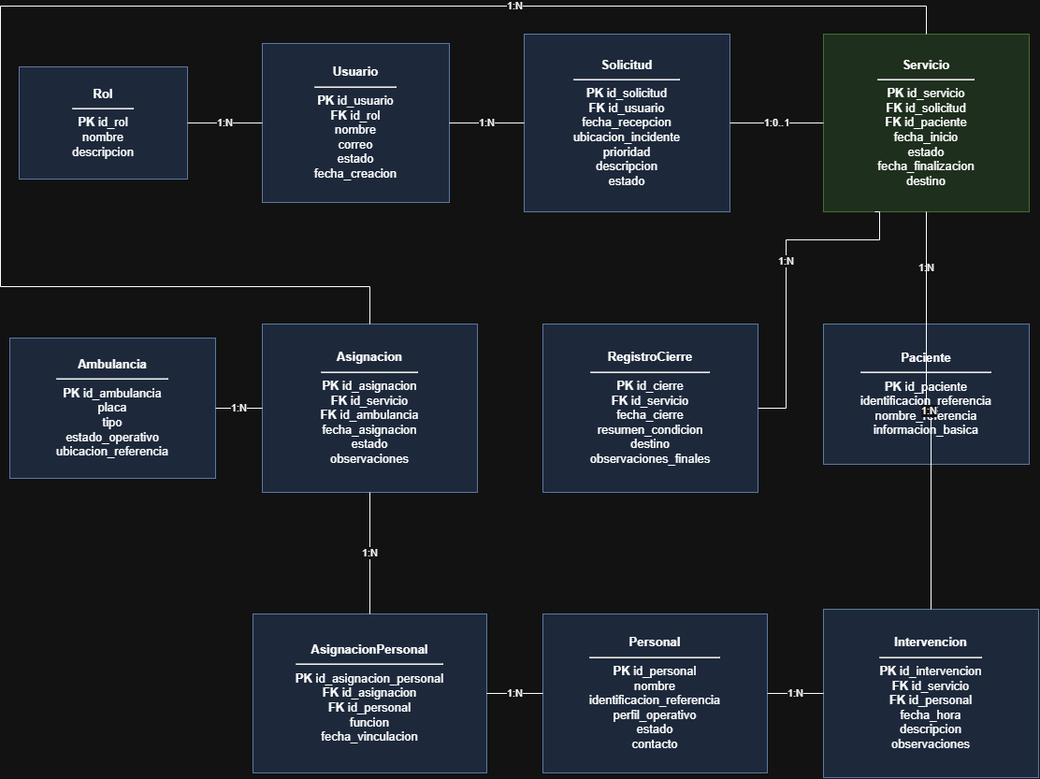
Earlier version of the draw.io export 02-training-project/01-phase/02-planning/06-architecture/04-evidence-learning/G2-P2-diseño-datos/B2-Diagrama-Relacional.drawio.png (miguel18100/ADSO-3413974). Source tidied: cells renumbered, new cells last; positions are measured from the earlier drawing's top-left corner, leaving out a move shared by most shapes. The source it was exported from:
```xml
<mxGraphModel>
  <root>
    <mxCell id="0" />
    <mxCell id="1" parent="0" />
    <mxCell id="2" value="&lt;b&gt;Rol&lt;/b&gt;&lt;hr/&gt;&lt;b&gt;PK&lt;/b&gt; id_rol&lt;br/&gt;nombre&lt;br/&gt;descripcion" style="rounded=0;whiteSpace=wrap;html=1;fillColor=#dae8fc;strokeColor=#6c8ebf;fontSize=13;" parent="1" vertex="1">
      <mxGeometry x="20" y="65" width="180" height="120" as="geometry" />
    </mxCell>
    <mxCell id="3" value="&lt;b&gt;Usuario&lt;/b&gt;&lt;hr/&gt;&lt;b&gt;PK&lt;/b&gt; id_usuario&lt;br/&gt;&lt;b&gt;FK&lt;/b&gt; id_rol&lt;br/&gt;nombre&lt;br/&gt;correo&lt;br/&gt;estado&lt;br/&gt;fecha_creacion" style="rounded=0;whiteSpace=wrap;html=1;fillColor=#dae8fc;strokeColor=#6c8ebf;fontSize=13;" parent="1" vertex="1">
      <mxGeometry x="280" y="40" width="200" height="170" as="geometry" />
    </mxCell>
    <mxCell id="4" value="&lt;b&gt;Solicitud&lt;/b&gt;&lt;hr/&gt;&lt;b&gt;PK&lt;/b&gt; id_solicitud&lt;br/&gt;&lt;b&gt;FK&lt;/b&gt; id_usuario&lt;br/&gt;fecha_recepcion&lt;br/&gt;ubicacion_incidente&lt;br/&gt;prioridad&lt;br/&gt;descripcion&lt;br/&gt;estado" style="rounded=0;whiteSpace=wrap;html=1;fillColor=#dae8fc;strokeColor=#6c8ebf;fontSize=13;" parent="1" vertex="1">
      <mxGeometry x="560" y="30" width="220" height="190" as="geometry" />
    </mxCell>
    <mxCell id="5" value="&lt;b&gt;Servicio&lt;/b&gt;&lt;hr/&gt;&lt;b&gt;PK&lt;/b&gt; id_servicio&lt;br/&gt;&lt;b&gt;FK&lt;/b&gt; id_solicitud&lt;br/&gt;&lt;b&gt;FK&lt;/b&gt; id_paciente&lt;br/&gt;fecha_inicio&lt;br/&gt;estado&lt;br/&gt;fecha_finalizacion&lt;br/&gt;destino" style="rounded=0;whiteSpace=wrap;html=1;fillColor=#d5e8d4;strokeColor=#82b366;fontSize=13;" parent="1" vertex="1">
      <mxGeometry x="880" y="30" width="220" height="190" as="geometry" />
    </mxCell>
    <mxCell id="6" value="&lt;b&gt;Paciente&lt;/b&gt;&lt;hr/&gt;&lt;b&gt;PK&lt;/b&gt; id_paciente&lt;br/&gt;identificacion_referencia&lt;br/&gt;nombre_referencia&lt;br/&gt;informacion_basica" style="rounded=0;whiteSpace=wrap;html=1;fillColor=#dae8fc;strokeColor=#6c8ebf;fontSize=13;" parent="1" vertex="1">
      <mxGeometry x="880" y="340" width="220" height="150" as="geometry" />
    </mxCell>
    <mxCell id="7" value="&lt;b&gt;RegistroCierre&lt;/b&gt;&lt;hr/&gt;&lt;b&gt;PK&lt;/b&gt; id_cierre&lt;br/&gt;&lt;b&gt;FK&lt;/b&gt; id_servicio&lt;br/&gt;fecha_cierre&lt;br/&gt;resumen_condicion&lt;br/&gt;destino&lt;br/&gt;observaciones_finales" style="rounded=0;whiteSpace=wrap;html=1;fillColor=#dae8fc;strokeColor=#6c8ebf;fontSize=13;" parent="1" vertex="1">
      <mxGeometry x="580" y="340" width="230" height="180" as="geometry" />
    </mxCell>
    <mxCell id="8" value="&lt;b&gt;Ambulancia&lt;/b&gt;&lt;hr/&gt;&lt;b&gt;PK&lt;/b&gt; id_ambulancia&lt;br/&gt;placa&lt;br/&gt;tipo&lt;br/&gt;estado_operativo&lt;br/&gt;ubicacion_referencia" style="rounded=0;whiteSpace=wrap;html=1;fillColor=#dae8fc;strokeColor=#6c8ebf;fontSize=13;" parent="1" vertex="1">
      <mxGeometry x="10" y="355" width="220" height="150" as="geometry" />
    </mxCell>
    <mxCell id="9" value="&lt;b&gt;Asignacion&lt;/b&gt;&lt;hr/&gt;&lt;b&gt;PK&lt;/b&gt; id_asignacion&lt;br/&gt;&lt;b&gt;FK&lt;/b&gt; id_servicio&lt;br/&gt;&lt;b&gt;FK&lt;/b&gt; id_ambulancia&lt;br/&gt;fecha_asignacion&lt;br/&gt;estado&lt;br/&gt;observaciones" style="rounded=0;whiteSpace=wrap;html=1;fillColor=#dae8fc;strokeColor=#6c8ebf;fontSize=13;" parent="1" vertex="1">
      <mxGeometry x="280" y="340" width="230" height="180" as="geometry" />
    </mxCell>
    <mxCell id="10" value="&lt;b&gt;AsignacionPersonal&lt;/b&gt;&lt;hr/&gt;&lt;b&gt;PK&lt;/b&gt; id_asignacion_personal&lt;br/&gt;&lt;b&gt;FK&lt;/b&gt; id_asignacion&lt;br/&gt;&lt;b&gt;FK&lt;/b&gt; id_personal&lt;br/&gt;funcion&lt;br/&gt;fecha_vinculacion" style="rounded=0;whiteSpace=wrap;html=1;fillColor=#dae8fc;strokeColor=#6c8ebf;fontSize=13;" parent="1" vertex="1">
      <mxGeometry x="270" y="650" width="250" height="170" as="geometry" />
    </mxCell>
    <mxCell id="11" value="&lt;b&gt;Personal&lt;/b&gt;&lt;hr/&gt;&lt;b&gt;PK&lt;/b&gt; id_personal&lt;br/&gt;nombre&lt;br/&gt;identificacion_referencia&lt;br/&gt;perfil_operativo&lt;br/&gt;estado&lt;br/&gt;contacto" style="rounded=0;whiteSpace=wrap;html=1;fillColor=#dae8fc;strokeColor=#6c8ebf;fontSize=13;" parent="1" vertex="1">
      <mxGeometry x="580" y="650" width="240" height="170" as="geometry" />
    </mxCell>
    <mxCell id="12" value="&lt;b&gt;Intervencion&lt;/b&gt;&lt;hr/&gt;&lt;b&gt;PK&lt;/b&gt; id_intervencion&lt;br/&gt;&lt;b&gt;FK&lt;/b&gt; id_servicio&lt;br/&gt;&lt;b&gt;FK&lt;/b&gt; id_personal&lt;br/&gt;fecha_hora&lt;br/&gt;descripcion&lt;br/&gt;observaciones" style="rounded=0;whiteSpace=wrap;html=1;fillColor=#dae8fc;strokeColor=#6c8ebf;fontSize=13;" parent="1" vertex="1">
      <mxGeometry x="880" y="645" width="230" height="180" as="geometry" />
    </mxCell>
    <mxCell id="13" value="1:N" style="edgeStyle=orthogonalEdgeStyle;rounded=0;jettySize=auto;html=1;endArrow=none;startArrow=none;" parent="1" edge="1" source="2" target="3">
      <mxGeometry relative="1" as="geometry" />
    </mxCell>
    <mxCell id="14" value="1:N" style="edgeStyle=orthogonalEdgeStyle;rounded=0;jettySize=auto;html=1;endArrow=none;startArrow=none;" parent="1" edge="1" source="3" target="4">
      <mxGeometry relative="1" as="geometry" />
    </mxCell>
    <mxCell id="15" value="1:0..1" style="edgeStyle=orthogonalEdgeStyle;rounded=0;jettySize=auto;html=1;endArrow=none;startArrow=none;" parent="1" edge="1" source="4" target="5">
      <mxGeometry relative="1" as="geometry" />
    </mxCell>
    <mxCell id="16" value="1:N" style="edgeStyle=orthogonalEdgeStyle;rounded=0;jettySize=auto;html=1;endArrow=none;startArrow=none;" parent="1" edge="1" source="6" target="5">
      <mxGeometry relative="1" as="geometry" />
    </mxCell>
    <mxCell id="17" value="1:N" style="edgeStyle=orthogonalEdgeStyle;rounded=0;jettySize=auto;html=1;endArrow=none;startArrow=none;exitX=0.25;exitY=1;exitDx=0;exitDy=0;" parent="1" edge="1" source="5" target="7">
      <mxGeometry x="-0.08" relative="1" as="geometry">
        <Array as="points">
          <mxPoint x="940" y="220" />
          <mxPoint x="940" y="250" />
          <mxPoint x="840" y="250" />
          <mxPoint x="840" y="430" />
        </Array>
      </mxGeometry>
    </mxCell>
    <mxCell id="18" value="1:N" style="edgeStyle=orthogonalEdgeStyle;rounded=0;jettySize=auto;html=1;endArrow=none;startArrow=none;" parent="1" edge="1" source="5" target="9">
      <mxGeometry x="-0.46" relative="1" as="geometry">
        <Array as="points">
          <mxPoint x="990" />
          <mxPoint />
          <mxPoint y="300" />
          <mxPoint x="395" y="300" />
        </Array>
      </mxGeometry>
    </mxCell>
    <mxCell id="19" value="1:N" style="edgeStyle=orthogonalEdgeStyle;rounded=0;jettySize=auto;html=1;endArrow=none;startArrow=none;" parent="1" edge="1" source="8" target="9">
      <mxGeometry relative="1" as="geometry" />
    </mxCell>
    <mxCell id="20" value="1:N" style="edgeStyle=orthogonalEdgeStyle;rounded=0;jettySize=auto;html=1;endArrow=none;startArrow=none;" parent="1" edge="1" source="9" target="10">
      <mxGeometry relative="1" as="geometry" />
    </mxCell>
    <mxCell id="21" value="1:N" style="edgeStyle=orthogonalEdgeStyle;rounded=0;jettySize=auto;html=1;endArrow=none;startArrow=none;" parent="1" edge="1" source="11" target="10">
      <mxGeometry relative="1" as="geometry" />
    </mxCell>
    <mxCell id="22" value="1:N" style="edgeStyle=orthogonalEdgeStyle;rounded=0;jettySize=auto;html=1;endArrow=none;startArrow=none;" parent="1" edge="1" source="5" target="12">
      <mxGeometry relative="1" as="geometry" />
    </mxCell>
    <mxCell id="23" value="1:N" style="edgeStyle=orthogonalEdgeStyle;rounded=0;jettySize=auto;html=1;endArrow=none;startArrow=none;" parent="1" edge="1" source="11" target="12">
      <mxGeometry relative="1" as="geometry" />
    </mxCell>
  </root>
</mxGraphModel>
```
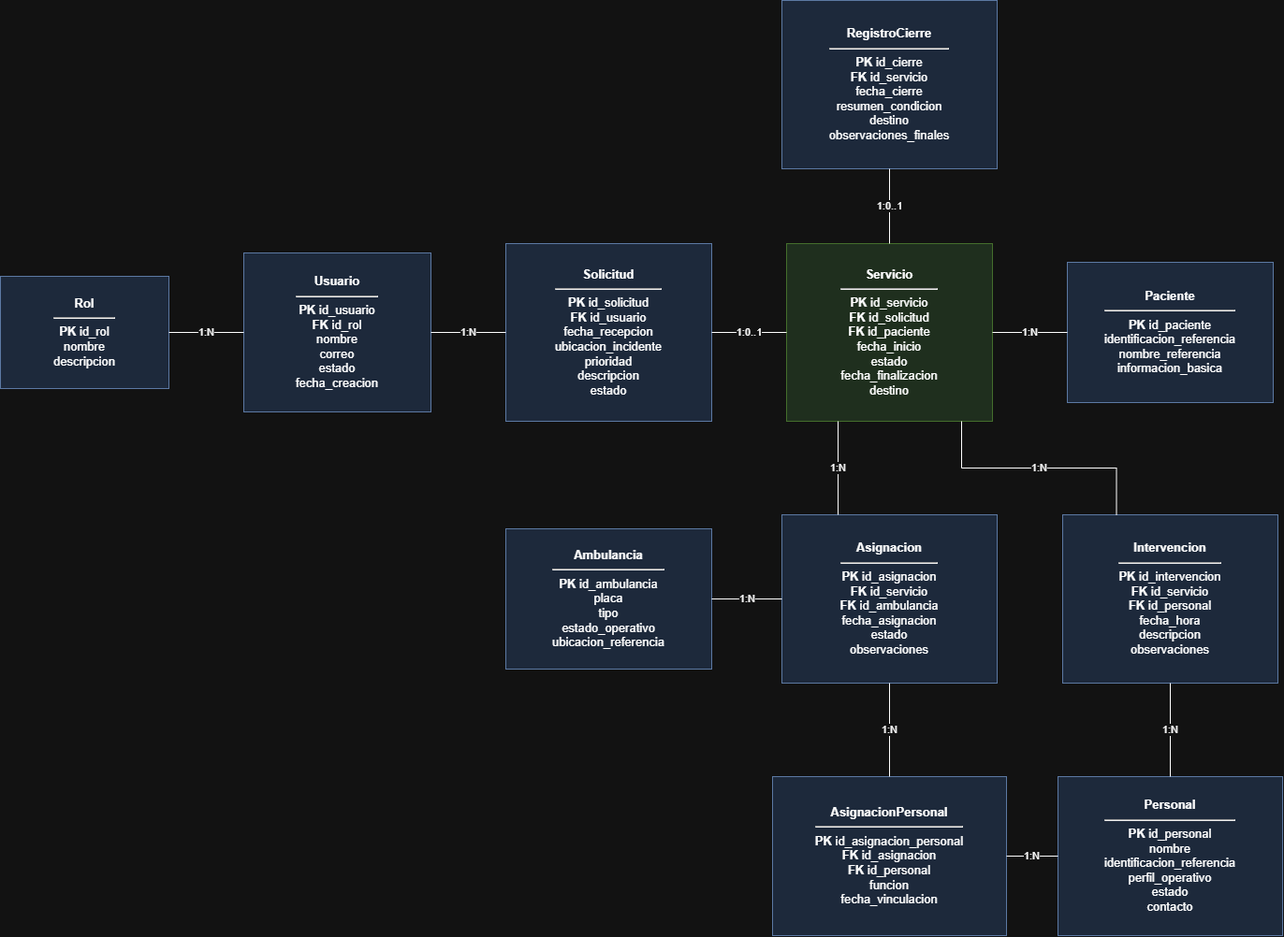
The same file after the commit.

Diff of the diagram source:
```diff
@@ -3,83 +3,69 @@
     <mxCell id="0" />
     <mxCell id="1" parent="0" />
     <mxCell id="2" value="&lt;b&gt;Rol&lt;/b&gt;&lt;hr/&gt;&lt;b&gt;PK&lt;/b&gt; id_rol&lt;br/&gt;nombre&lt;br/&gt;descripcion" style="rounded=0;whiteSpace=wrap;html=1;fillColor=#dae8fc;strokeColor=#6c8ebf;fontSize=13;" parent="1" vertex="1">
-      <mxGeometry x="20" y="65" width="180" height="120" as="geometry" />
+      <mxGeometry x="20" y="285" width="180" height="120" as="geometry" />
     </mxCell>
     <mxCell id="3" value="&lt;b&gt;Usuario&lt;/b&gt;&lt;hr/&gt;&lt;b&gt;PK&lt;/b&gt; id_usuario&lt;br/&gt;&lt;b&gt;FK&lt;/b&gt; id_rol&lt;br/&gt;nombre&lt;br/&gt;correo&lt;br/&gt;estado&lt;br/&gt;fecha_creacion" style="rounded=0;whiteSpace=wrap;html=1;fillColor=#dae8fc;strokeColor=#6c8ebf;fontSize=13;" parent="1" vertex="1">
-      <mxGeometry x="280" y="40" width="200" height="170" as="geometry" />
+      <mxGeometry x="280" y="260" width="200" height="170" as="geometry" />
     </mxCell>
     <mxCell id="4" value="&lt;b&gt;Solicitud&lt;/b&gt;&lt;hr/&gt;&lt;b&gt;PK&lt;/b&gt; id_solicitud&lt;br/&gt;&lt;b&gt;FK&lt;/b&gt; id_usuario&lt;br/&gt;fecha_recepcion&lt;br/&gt;ubicacion_incidente&lt;br/&gt;prioridad&lt;br/&gt;descripcion&lt;br/&gt;estado" style="rounded=0;whiteSpace=wrap;html=1;fillColor=#dae8fc;strokeColor=#6c8ebf;fontSize=13;" parent="1" vertex="1">
-      <mxGeometry x="560" y="30" width="220" height="190" as="geometry" />
+      <mxGeometry x="560" y="250" width="220" height="190" as="geometry" />
     </mxCell>
     <mxCell id="5" value="&lt;b&gt;Servicio&lt;/b&gt;&lt;hr/&gt;&lt;b&gt;PK&lt;/b&gt; id_servicio&lt;br/&gt;&lt;b&gt;FK&lt;/b&gt; id_solicitud&lt;br/&gt;&lt;b&gt;FK&lt;/b&gt; id_paciente&lt;br/&gt;fecha_inicio&lt;br/&gt;estado&lt;br/&gt;fecha_finalizacion&lt;br/&gt;destino" style="rounded=0;whiteSpace=wrap;html=1;fillColor=#d5e8d4;strokeColor=#82b366;fontSize=13;" parent="1" vertex="1">
-      <mxGeometry x="880" y="30" width="220" height="190" as="geometry" />
+      <mxGeometry x="860" y="250" width="220" height="190" as="geometry" />
     </mxCell>
     <mxCell id="6" value="&lt;b&gt;Paciente&lt;/b&gt;&lt;hr/&gt;&lt;b&gt;PK&lt;/b&gt; id_paciente&lt;br/&gt;identificacion_referencia&lt;br/&gt;nombre_referencia&lt;br/&gt;informacion_basica" style="rounded=0;whiteSpace=wrap;html=1;fillColor=#dae8fc;strokeColor=#6c8ebf;fontSize=13;" parent="1" vertex="1">
-      <mxGeometry x="880" y="340" width="220" height="150" as="geometry" />
+      <mxGeometry x="1160" y="270" width="220" height="150" as="geometry" />
     </mxCell>
     <mxCell id="7" value="&lt;b&gt;RegistroCierre&lt;/b&gt;&lt;hr/&gt;&lt;b&gt;PK&lt;/b&gt; id_cierre&lt;br/&gt;&lt;b&gt;FK&lt;/b&gt; id_servicio&lt;br/&gt;fecha_cierre&lt;br/&gt;resumen_condicion&lt;br/&gt;destino&lt;br/&gt;observaciones_finales" style="rounded=0;whiteSpace=wrap;html=1;fillColor=#dae8fc;strokeColor=#6c8ebf;fontSize=13;" parent="1" vertex="1">
-      <mxGeometry x="580" y="340" width="230" height="180" as="geometry" />
+      <mxGeometry x="855" y="-10" width="230" height="180" as="geometry" />
     </mxCell>
     <mxCell id="8" value="&lt;b&gt;Ambulancia&lt;/b&gt;&lt;hr/&gt;&lt;b&gt;PK&lt;/b&gt; id_ambulancia&lt;br/&gt;placa&lt;br/&gt;tipo&lt;br/&gt;estado_operativo&lt;br/&gt;ubicacion_referencia" style="rounded=0;whiteSpace=wrap;html=1;fillColor=#dae8fc;strokeColor=#6c8ebf;fontSize=13;" parent="1" vertex="1">
-      <mxGeometry x="10" y="355" width="220" height="150" as="geometry" />
+      <mxGeometry x="560" y="555" width="220" height="150" as="geometry" />
     </mxCell>
     <mxCell id="9" value="&lt;b&gt;Asignacion&lt;/b&gt;&lt;hr/&gt;&lt;b&gt;PK&lt;/b&gt; id_asignacion&lt;br/&gt;&lt;b&gt;FK&lt;/b&gt; id_servicio&lt;br/&gt;&lt;b&gt;FK&lt;/b&gt; id_ambulancia&lt;br/&gt;fecha_asignacion&lt;br/&gt;estado&lt;br/&gt;observaciones" style="rounded=0;whiteSpace=wrap;html=1;fillColor=#dae8fc;strokeColor=#6c8ebf;fontSize=13;" parent="1" vertex="1">
-      <mxGeometry x="280" y="340" width="230" height="180" as="geometry" />
+      <mxGeometry x="855" y="540" width="230" height="180" as="geometry" />
     </mxCell>
+    <mxCell id="12" value="&lt;b&gt;Intervencion&lt;/b&gt;&lt;hr/&gt;&lt;b&gt;PK&lt;/b&gt; id_intervencion&lt;br/&gt;&lt;b&gt;FK&lt;/b&gt; id_servicio&lt;br/&gt;&lt;b&gt;FK&lt;/b&gt; id_personal&lt;br/&gt;fecha_hora&lt;br/&gt;descripcion&lt;br/&gt;observaciones" style="rounded=0;whiteSpace=wrap;html=1;fillColor=#dae8fc;strokeColor=#6c8ebf;fontSize=13;" parent="1" vertex="1">
+      <mxGeometry x="1155" y="540" width="230" height="180" as="geometry" />
+    </mxCell>
     <mxCell id="10" value="&lt;b&gt;AsignacionPersonal&lt;/b&gt;&lt;hr/&gt;&lt;b&gt;PK&lt;/b&gt; id_asignacion_personal&lt;br/&gt;&lt;b&gt;FK&lt;/b&gt; id_asignacion&lt;br/&gt;&lt;b&gt;FK&lt;/b&gt; id_personal&lt;br/&gt;funcion&lt;br/&gt;fecha_vinculacion" style="rounded=0;whiteSpace=wrap;html=1;fillColor=#dae8fc;strokeColor=#6c8ebf;fontSize=13;" parent="1" vertex="1">
-      <mxGeometry x="270" y="650" width="250" height="170" as="geometry" />
+      <mxGeometry x="845" y="820" width="250" height="170" as="geometry" />
     </mxCell>
     <mxCell id="11" value="&lt;b&gt;Personal&lt;/b&gt;&lt;hr/&gt;&lt;b&gt;PK&lt;/b&gt; id_personal&lt;br/&gt;nombre&lt;br/&gt;identificacion_referencia&lt;br/&gt;perfil_operativo&lt;br/&gt;estado&lt;br/&gt;contacto" style="rounded=0;whiteSpace=wrap;html=1;fillColor=#dae8fc;strokeColor=#6c8ebf;fontSize=13;" parent="1" vertex="1">
-      <mxGeometry x="580" y="650" width="240" height="170" as="geometry" />
+      <mxGeometry x="1150" y="820" width="240" height="170" as="geometry" />
     </mxCell>
-    <mxCell id="12" value="&lt;b&gt;Intervencion&lt;/b&gt;&lt;hr/&gt;&lt;b&gt;PK&lt;/b&gt; id_intervencion&lt;br/&gt;&lt;b&gt;FK&lt;/b&gt; id_servicio&lt;br/&gt;&lt;b&gt;FK&lt;/b&gt; id_personal&lt;br/&gt;fecha_hora&lt;br/&gt;descripcion&lt;br/&gt;observaciones" style="rounded=0;whiteSpace=wrap;html=1;fillColor=#dae8fc;strokeColor=#6c8ebf;fontSize=13;" parent="1" vertex="1">
-      <mxGeometry x="880" y="645" width="230" height="180" as="geometry" />
-    </mxCell>
-    <mxCell id="13" value="1:N" style="edgeStyle=orthogonalEdgeStyle;rounded=0;jettySize=auto;html=1;endArrow=none;startArrow=none;" parent="1" edge="1" source="2" target="3">
+    <mxCell id="13" value="1:N" style="edgeStyle=orthogonalEdgeStyle;rounded=0;html=1;endArrow=none;startArrow=none;labelBackgroundColor=#ffffff;exitX=1;exitY=0.5;entryX=0;entryY=0.5;" parent="1" edge="1" source="2" target="3">
       <mxGeometry relative="1" as="geometry" />
     </mxCell>
-    <mxCell id="14" value="1:N" style="edgeStyle=orthogonalEdgeStyle;rounded=0;jettySize=auto;html=1;endArrow=none;startArrow=none;" parent="1" edge="1" source="3" target="4">
+    <mxCell id="14" value="1:N" style="edgeStyle=orthogonalEdgeStyle;rounded=0;html=1;endArrow=none;startArrow=none;labelBackgroundColor=#ffffff;exitX=1;exitY=0.5;entryX=0;entryY=0.5;" parent="1" edge="1" source="3" target="4">
       <mxGeometry relative="1" as="geometry" />
     </mxCell>
-    <mxCell id="15" value="1:0..1" style="edgeStyle=orthogonalEdgeStyle;rounded=0;jettySize=auto;html=1;endArrow=none;startArrow=none;" parent="1" edge="1" source="4" target="5">
+    <mxCell id="15" value="1:0..1" style="edgeStyle=orthogonalEdgeStyle;rounded=0;html=1;endArrow=none;startArrow=none;labelBackgroundColor=#ffffff;exitX=1;exitY=0.5;entryX=0;entryY=0.5;" parent="1" edge="1" source="4" target="5">
       <mxGeometry relative="1" as="geometry" />
     </mxCell>
-    <mxCell id="16" value="1:N" style="edgeStyle=orthogonalEdgeStyle;rounded=0;jettySize=auto;html=1;endArrow=none;startArrow=none;" parent="1" edge="1" source="6" target="5">
+    <mxCell id="16" value="1:N" style="edgeStyle=orthogonalEdgeStyle;rounded=0;html=1;endArrow=none;startArrow=none;labelBackgroundColor=#ffffff;exitX=0;exitY=0.5;entryX=1;entryY=0.5;" parent="1" edge="1" source="6" target="5">
       <mxGeometry relative="1" as="geometry" />
     </mxCell>
-    <mxCell id="17" value="1:N" style="edgeStyle=orthogonalEdgeStyle;rounded=0;jettySize=auto;html=1;endArrow=none;startArrow=none;exitX=0.25;exitY=1;exitDx=0;exitDy=0;" parent="1" edge="1" source="5" target="7">
-      <mxGeometry x="-0.08" relative="1" as="geometry">
-        <Array as="points">
-          <mxPoint x="940" y="220" />
-          <mxPoint x="940" y="250" />
-          <mxPoint x="840" y="250" />
-          <mxPoint x="840" y="430" />
-        </Array>
-      </mxGeometry>
+    <mxCell id="17" value="1:0..1" style="edgeStyle=orthogonalEdgeStyle;rounded=0;html=1;endArrow=none;startArrow=none;labelBackgroundColor=#ffffff;exitX=0.5;exitY=0;entryX=0.5;entryY=1;" parent="1" edge="1" source="5" target="7">
+      <mxGeometry relative="1" as="geometry" />
     </mxCell>
-    <mxCell id="18" value="1:N" style="edgeStyle=orthogonalEdgeStyle;rounded=0;jettySize=auto;html=1;endArrow=none;startArrow=none;" parent="1" edge="1" source="5" target="9">
-      <mxGeometry x="-0.46" relative="1" as="geometry">
-        <Array as="points">
-          <mxPoint x="990" />
-          <mxPoint />
-          <mxPoint y="300" />
-          <mxPoint x="395" y="300" />
-        </Array>
-      </mxGeometry>
+    <mxCell id="18" value="1:N" style="edgeStyle=orthogonalEdgeStyle;rounded=0;html=1;endArrow=none;startArrow=none;labelBackgroundColor=#ffffff;exitX=0.25;exitY=1;entryX=0.2609;entryY=0;" parent="1" edge="1" source="5" target="9">
+      <mxGeometry relative="1" as="geometry" />
     </mxCell>
-    <mxCell id="19" value="1:N" style="edgeStyle=orthogonalEdgeStyle;rounded=0;jettySize=auto;html=1;endArrow=none;startArrow=none;" parent="1" edge="1" source="8" target="9">
+    <mxCell id="19" value="1:N" style="edgeStyle=orthogonalEdgeStyle;rounded=0;html=1;endArrow=none;startArrow=none;labelBackgroundColor=#ffffff;exitX=1;exitY=0.5;entryX=0;entryY=0.5;" parent="1" edge="1" source="8" target="9">
       <mxGeometry relative="1" as="geometry" />
     </mxCell>
-    <mxCell id="20" value="1:N" style="edgeStyle=orthogonalEdgeStyle;rounded=0;jettySize=auto;html=1;endArrow=none;startArrow=none;" parent="1" edge="1" source="9" target="10">
+    <mxCell id="20" value="1:N" style="edgeStyle=orthogonalEdgeStyle;rounded=0;html=1;endArrow=none;startArrow=none;labelBackgroundColor=#ffffff;exitX=0.5;exitY=1;entryX=0.5;entryY=0;" parent="1" edge="1" source="9" target="10">
       <mxGeometry relative="1" as="geometry" />
     </mxCell>
-    <mxCell id="21" value="1:N" style="edgeStyle=orthogonalEdgeStyle;rounded=0;jettySize=auto;html=1;endArrow=none;startArrow=none;" parent="1" edge="1" source="11" target="10">
+    <mxCell id="21" value="1:N" style="edgeStyle=orthogonalEdgeStyle;rounded=0;html=1;endArrow=none;startArrow=none;labelBackgroundColor=#ffffff;exitX=0;exitY=0.5;entryX=1;entryY=0.5;" parent="1" edge="1" source="11" target="10">
       <mxGeometry relative="1" as="geometry" />
     </mxCell>
-    <mxCell id="22" value="1:N" style="edgeStyle=orthogonalEdgeStyle;rounded=0;jettySize=auto;html=1;endArrow=none;startArrow=none;" parent="1" edge="1" source="5" target="12">
+    <mxCell id="22" value="1:N" style="edgeStyle=orthogonalEdgeStyle;rounded=0;html=1;endArrow=none;startArrow=none;labelBackgroundColor=#ffffff;exitX=0.85;exitY=1;entryX=0.25;entryY=0;" parent="1" edge="1" source="5" target="12">
       <mxGeometry relative="1" as="geometry" />
     </mxCell>
-    <mxCell id="23" value="1:N" style="edgeStyle=orthogonalEdgeStyle;rounded=0;jettySize=auto;html=1;endArrow=none;startArrow=none;" parent="1" edge="1" source="11" target="12">
+    <mxCell id="23" value="1:N" style="edgeStyle=orthogonalEdgeStyle;rounded=0;html=1;endArrow=none;startArrow=none;labelBackgroundColor=#ffffff;exitX=0.5;exitY=0;entryX=0.5;entryY=1;" parent="1" edge="1" source="11" target="12">
       <mxGeometry relative="1" as="geometry" />
     </mxCell>
   </root>
```
